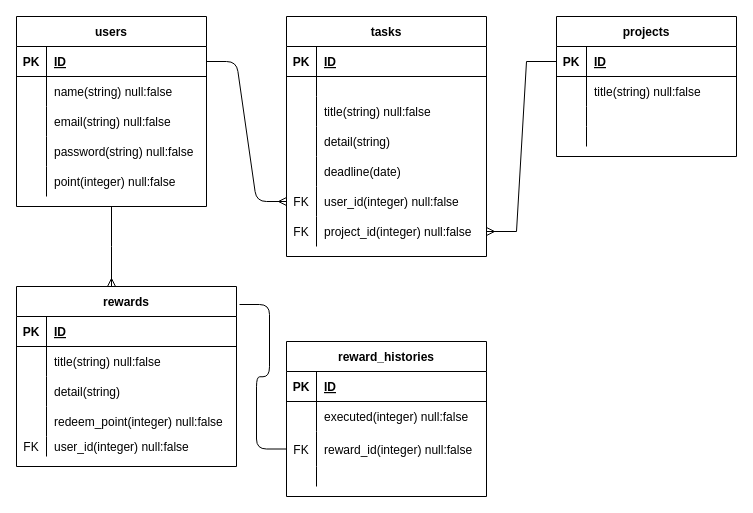
The draw.io diagram test.dio in nicoiris/task-reward, before the edit. Source tidied: cells renumbered, new cells numbered last; positions are measured from the earlier drawing's top-left corner, leaving out a move shared by most shapes. Both pictures are drawn from the tidied source at 100%, with x=0, y=0 at pixel (16, 16).
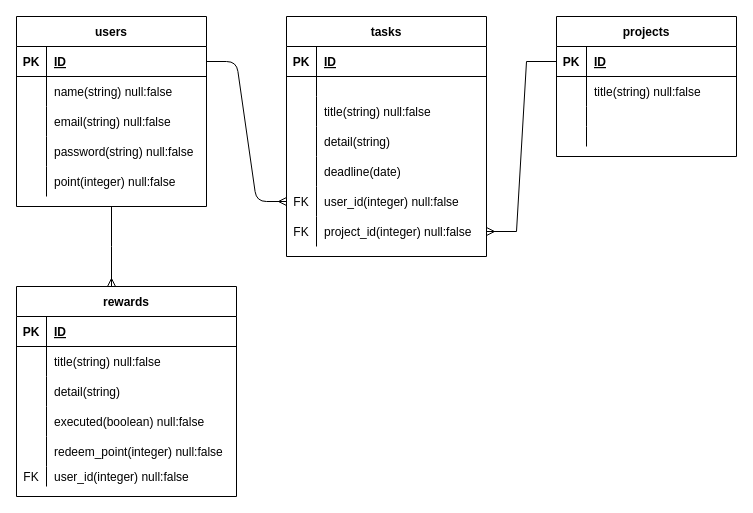
The same page after the edit.

Diff of the diagram source:
```diff
@@
     <mxCell id="41" value="rewards" style="shape=table;startSize=30;childLayout=tableLayout;rowLines=0;fontStyle=1;align=center;" parent="1" vertex="1">
-      <mxGeometry y="270" width="220" height="180" as="geometry" />
+      <mxGeometry y="270" width="220" height="210" as="geometry" />
     </mxCell>
@@
+    <mxCell id="86" style="shape=partialRectangle;fillColor=none;top=0;left=0;bottom=0;right=0;" parent="41" vertex="1">
+      <mxGeometry y="120" width="220" height="30" as="geometry" />
+    </mxCell>
+    <mxCell id="78" style="shape=partialRectangle;fillColor=none;top=0;left=0;bottom=0;right=0;overflow=hidden;" parent="86" vertex="1">
+      <mxGeometry width="30" height="30" as="geometry" />
+    </mxCell>
+    <mxCell id="87" value="executed(boolean) null:false" style="shape=partialRectangle;fillColor=none;top=0;left=0;bottom=0;right=0;align=left;spacingLeft=6;overflow=hidden;" parent="86" vertex="1">
+      <mxGeometry x="30" width="190" height="30" as="geometry" />
+    </mxCell>
     <mxCell id="51" style="shape=partialRectangle;fillColor=none;top=0;left=0;bottom=0;right=0;" parent="41" vertex="1">
-      <mxGeometry y="120" width="220" height="30" as="geometry" />
+      <mxGeometry y="150" width="220" height="30" as="geometry" />
     </mxCell>
@@
     <mxCell id="54" style="shape=partialRectangle;fillColor=none;top=0;left=0;bottom=0;right=0;" parent="41" vertex="1">
-      <mxGeometry y="150" width="220" height="20" as="geometry" />
+      <mxGeometry y="180" width="220" height="20" as="geometry" />
     </mxCell>
@@
-    <mxCell id="58" style="edgeStyle=entityRelationEdgeStyle;fontSize=12;html=1;endArrow=none;entryX=0;entryY=0.5;entryDx=0;entryDy=0;endFill=0;" parent="1" edge="1" target="80">
-      <mxGeometry relative="1" as="geometry">
-        <mxPoint x="223" y="288" as="sourcePoint" />
-      </mxGeometry>
-    </mxCell>
@@
-    <mxCell id="73" value="reward_histories" style="shape=table;startSize=30;childLayout=tableLayout;rowLines=0;fontStyle=1;align=center;" parent="1" vertex="1">
-      <mxGeometry x="270" y="325" width="200" height="155" as="geometry" />
-    </mxCell>
-    <mxCell id="74" style="shape=partialRectangle;fillColor=none;top=0;left=0;bottom=1;right=0;" parent="73" vertex="1">
-      <mxGeometry y="30" width="200" height="30" as="geometry" />
-    </mxCell>
-    <mxCell id="75" value="PK" style="shape=partialRectangle;fillColor=none;top=0;left=0;bottom=0;right=0;fontStyle=1;overflow=hidden;" parent="74" vertex="1">
-      <mxGeometry width="30" height="30" as="geometry" />
-    </mxCell>
-    <mxCell id="76" value="ID" style="shape=partialRectangle;fillColor=none;top=0;left=0;bottom=0;right=0;align=left;spacingLeft=6;fontStyle=5;overflow=hidden;" parent="74" vertex="1">
-      <mxGeometry x="30" width="170" height="30" as="geometry" />
-    </mxCell>
-    <mxCell id="77" style="shape=partialRectangle;fillColor=none;top=0;left=0;bottom=0;right=0;" parent="73" vertex="1">
-      <mxGeometry y="60" width="200" height="30" as="geometry" />
-    </mxCell>
-    <mxCell id="78" style="shape=partialRectangle;fillColor=none;top=0;left=0;bottom=0;right=0;overflow=hidden;" parent="77" vertex="1">
-      <mxGeometry width="30" height="30" as="geometry" />
-    </mxCell>
-    <mxCell id="79" value="executed(integer) null:false" style="shape=partialRectangle;fillColor=none;top=0;left=0;bottom=0;right=0;align=left;spacingLeft=6;overflow=hidden;labelBorderColor=none;" parent="77" vertex="1">
-      <mxGeometry x="30" width="170" height="30" as="geometry" />
-    </mxCell>
-    <mxCell id="80" style="shape=partialRectangle;fillColor=none;top=0;left=0;bottom=0;right=0;points=[[0,0.5],[1,0.5]];portConstraint=eastwest;" parent="73" vertex="1">
-      <mxGeometry y="90" width="200" height="35" as="geometry" />
-    </mxCell>
-    <mxCell id="81" value="FK" style="shape=partialRectangle;fillColor=none;top=0;left=0;bottom=0;right=0;overflow=hidden;" parent="80" vertex="1">
-      <mxGeometry width="30" height="35" as="geometry" />
-    </mxCell>
-    <mxCell id="82" value="reward_id(integer) null:false" style="shape=partialRectangle;fillColor=none;top=0;left=0;bottom=0;right=0;align=left;spacingLeft=6;overflow=hidden;" parent="80" vertex="1">
-      <mxGeometry x="30" width="170" height="35" as="geometry" />
-    </mxCell>
-    <mxCell id="83" style="shape=partialRectangle;fillColor=none;top=0;left=0;bottom=0;right=0;" parent="73" vertex="1">
-      <mxGeometry y="125" width="200" height="20" as="geometry" />
-    </mxCell>
-    <mxCell id="84" style="shape=partialRectangle;fillColor=none;top=0;left=0;bottom=0;right=0;overflow=hidden;" parent="83" vertex="1">
-      <mxGeometry width="30" height="20" as="geometry" />
-    </mxCell>
-    <mxCell id="85" style="shape=partialRectangle;fillColor=none;top=0;left=0;bottom=0;right=0;align=left;spacingLeft=6;overflow=hidden;" parent="83" vertex="1">
-      <mxGeometry x="30" width="170" height="20" as="geometry" />
-    </mxCell>
```
